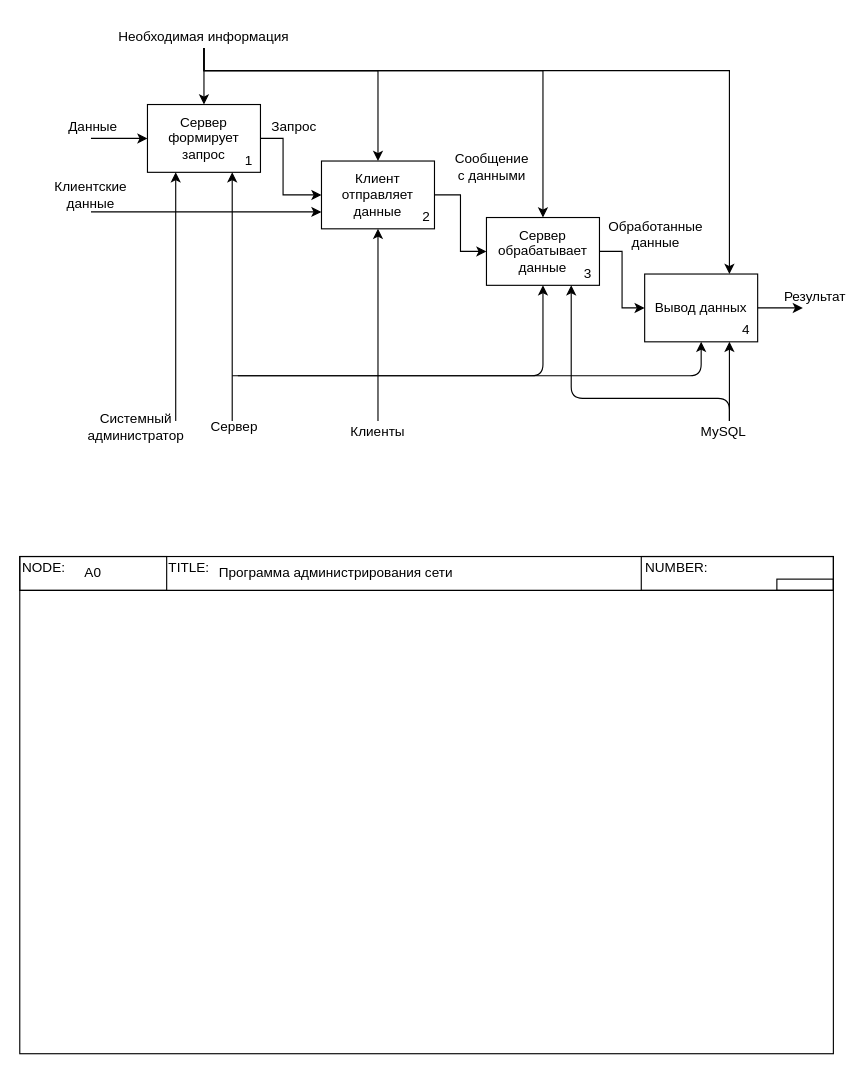
This is Декомпозиция контекстной диаграммы учета.drawio from OhotnikovV/AvIS, a draw.io file, before an edit. Source tidied: cells renumbered, new cells numbered last; positions are measured from the earlier drawing's top-left corner, leaving out a move shared by most shapes. Both pictures are drawn from the tidied source at 113%, with x=0, y=0 at pixel (19, 25).
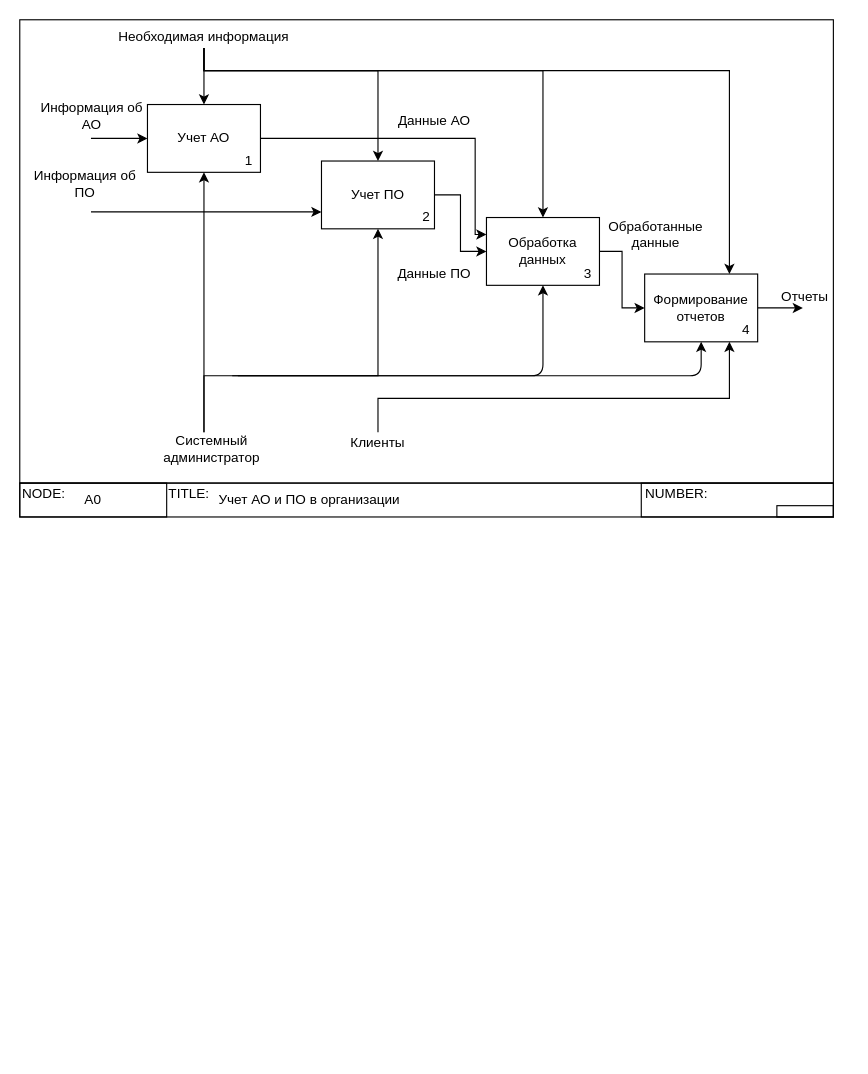
After the change.

The edit, as a diff of the source:
```diff
@@
-    <mxCell id="2" style="edgeStyle=orthogonalEdgeStyle;rounded=0;jettySize=auto;html=1;exitX=1;exitY=0.5;exitDx=0;exitDy=0;entryX=0;entryY=0.5;entryDx=0;entryDy=0;" parent="1" edge="1" source="3" target="11">
+    <mxCell id="2" style="edgeStyle=orthogonalEdgeStyle;rounded=0;jettySize=auto;html=1;exitX=1;exitY=0.5;exitDx=0;exitDy=0;entryX=0;entryY=0.25;entryDx=0;entryDy=0;" parent="1" edge="1" source="3" target="6">
       <mxGeometry relative="1" as="geometry">
         <Array as="points">
-          <mxPoint x="233" y="100" />
-          <mxPoint x="233" y="150" />
+          <mxPoint x="403" y="100" />
+          <mxPoint x="403" y="185" />
         </Array>
       </mxGeometry>
     </mxCell>
-    <mxCell id="3" value="Сервер формирует запрос" style="rounded=0;whiteSpace=wrap;html=1;" parent="1" vertex="1">
+    <mxCell id="3" value="Учет АО" style="rounded=0;whiteSpace=wrap;html=1;" parent="1" vertex="1">
       <mxGeometry x="113" y="70" width="100" height="60" as="geometry" />
     </mxCell>
@@
-    <mxCell id="6" value="Сервер обрабатывает данные" style="rounded=0;whiteSpace=wrap;html=1;" parent="1" vertex="1">
+    <mxCell id="6" value="Обработка данных" style="rounded=0;whiteSpace=wrap;html=1;" parent="1" vertex="1">
       <mxGeometry x="413" y="170" width="100" height="60" as="geometry" />
     </mxCell>
@@
-    <mxCell id="9" value="Вывод данных" style="rounded=0;whiteSpace=wrap;html=1;" parent="1" vertex="1">
+    <mxCell id="9" value="Формирование отчетов" style="rounded=0;whiteSpace=wrap;html=1;" parent="1" vertex="1">
       <mxGeometry x="553" y="220" width="100" height="60" as="geometry" />
     </mxCell>
@@
-    <mxCell id="11" value="Клиент отправляет данные" style="rounded=0;whiteSpace=wrap;html=1;" parent="1" vertex="1">
+    <mxCell id="11" value="Учет ПО" style="rounded=0;whiteSpace=wrap;html=1;" parent="1" vertex="1">
       <mxGeometry x="267" y="120" width="100" height="60" as="geometry" />
     </mxCell>
@@
-    <mxCell id="19" value="Данные" style="text;html=1;strokeColor=none;fillColor=none;align=center;verticalAlign=middle;whiteSpace=wrap;rounded=0;" parent="1" vertex="1">
-      <mxGeometry x="45" y="80" width="40" height="20" as="geometry" />
+    <mxCell id="19" value="Информация об АО" style="text;html=1;strokeColor=none;fillColor=none;align=center;verticalAlign=middle;whiteSpace=wrap;rounded=0;" parent="1" vertex="1">
+      <mxGeometry x="15" y="70" width="98" height="20" as="geometry" />
     </mxCell>
@@
-    <mxCell id="21" value="Результат" style="text;html=1;strokeColor=none;fillColor=none;align=center;verticalAlign=middle;whiteSpace=wrap;rounded=0;" parent="1" vertex="1">
-      <mxGeometry x="675" y="230" width="58" height="20" as="geometry" />
+    <mxCell id="21" value="Отчеты" style="text;html=1;strokeColor=none;fillColor=none;align=center;verticalAlign=middle;whiteSpace=wrap;rounded=0;" parent="1" vertex="1">
+      <mxGeometry x="666" y="230" width="58" height="20" as="geometry" />
     </mxCell>
     <mxCell id="22" value="Системный администратор" style="text;html=1;strokeColor=none;fillColor=none;align=center;verticalAlign=middle;whiteSpace=wrap;rounded=0;" parent="1" vertex="1">
-      <mxGeometry x="63" y="340" width="80" height="30" as="geometry" />
+      <mxGeometry x="130" y="360" width="80" height="30" as="geometry" />
     </mxCell>
-    <mxCell id="23" value="Сервер" style="text;html=1;strokeColor=none;fillColor=none;align=center;verticalAlign=middle;whiteSpace=wrap;rounded=0;" parent="1" vertex="1">
-      <mxGeometry x="170" y="345" width="40" height="20" as="geometry" />
-    </mxCell>
@@
     <mxCell id="25" style="rounded=0;whiteSpace=wrap;html=1;fillColor=none;" parent="1" vertex="1">
-      <mxGeometry y="500" width="720" height="410" as="geometry" />
+      <mxGeometry y="-5" width="720" height="410" as="geometry" />
     </mxCell>
     <mxCell id="26" style="rounded=0;whiteSpace=wrap;html=1;fillColor=none;" parent="1" vertex="1">
-      <mxGeometry y="470" width="720" height="30" as="geometry" />
+      <mxGeometry y="405" width="720" height="30" as="geometry" />
     </mxCell>
     <mxCell id="27" style="rounded=0;whiteSpace=wrap;html=1;fillColor=none;" parent="1" vertex="1">
-      <mxGeometry x="550" y="470" width="170" height="30" as="geometry" />
+      <mxGeometry x="550" y="405" width="170" height="30" as="geometry" />
     </mxCell>
     <mxCell id="28" style="rounded=0;whiteSpace=wrap;html=1;fillColor=none;" parent="1" vertex="1">
-      <mxGeometry y="470" width="130" height="30" as="geometry" />
+      <mxGeometry y="405" width="130" height="30" as="geometry" />
     </mxCell>
     <mxCell id="29" value="NODE:" style="text;html=1;strokeColor=none;fillColor=none;align=center;verticalAlign=middle;whiteSpace=wrap;rounded=0;" parent="1" vertex="1">
-      <mxGeometry y="470" width="43" height="20" as="geometry" />
+      <mxGeometry y="405" width="43" height="20" as="geometry" />
     </mxCell>
     <mxCell id="30" value="A0" style="text;html=1;strokeColor=none;fillColor=none;align=center;verticalAlign=middle;whiteSpace=wrap;rounded=0;" parent="1" vertex="1">
-      <mxGeometry x="45" y="475" width="40" height="20" as="geometry" />
+      <mxGeometry x="45" y="410" width="40" height="20" as="geometry" />
     </mxCell>
     <mxCell id="31" value="TITLE:" style="text;html=1;strokeColor=none;fillColor=none;align=center;verticalAlign=middle;whiteSpace=wrap;rounded=0;" parent="1" vertex="1">
-      <mxGeometry x="130" y="470" width="40" height="20" as="geometry" />
+      <mxGeometry x="130" y="405" width="40" height="20" as="geometry" />
     </mxCell>
     <mxCell id="32" value="NUMBER:" style="text;html=1;strokeColor=none;fillColor=none;align=center;verticalAlign=middle;whiteSpace=wrap;rounded=0;" parent="1" vertex="1">
-      <mxGeometry x="550" y="470" width="63" height="20" as="geometry" />
+      <mxGeometry x="550" y="405" width="63" height="20" as="geometry" />
     </mxCell>
     <mxCell id="33" style="rounded=0;whiteSpace=wrap;html=1;fillColor=none;" parent="1" vertex="1">
-      <mxGeometry x="670" y="490" width="50" height="10" as="geometry" />
+      <mxGeometry x="670" y="425" width="50" height="10" as="geometry" />
     </mxCell>
-    <mxCell id="34" style="edgeStyle=orthogonalEdgeStyle;rounded=0;jettySize=auto;html=1;entryX=0.5;entryY=1;entryDx=0;entryDy=0;exitX=0.5;exitY=0;exitDx=0;exitDy=0;" parent="1" edge="1" source="35" target="11">
-      <mxGeometry relative="1" as="geometry" />
+    <mxCell id="34" style="edgeStyle=orthogonalEdgeStyle;rounded=0;jettySize=auto;html=1;entryX=0.5;entryY=1;entryDx=0;entryDy=0;" parent="1" edge="1" target="11">
+      <mxGeometry relative="1" as="geometry">
+        <mxPoint x="163" y="360" as="sourcePoint" />
+        <Array as="points">
+          <mxPoint x="163" y="310" />
+          <mxPoint x="317" y="310" />
+        </Array>
+      </mxGeometry>
     </mxCell>
+    <mxCell id="48" style="edgeStyle=orthogonalEdgeStyle;rounded=0;jettySize=auto;html=1;exitX=0.5;exitY=0;exitDx=0;exitDy=0;entryX=0.75;entryY=1;entryDx=0;entryDy=0;" parent="1" edge="1" source="35" target="9">
+      <mxGeometry relative="1" as="geometry">
+        <Array as="points">
+          <mxPoint x="317" y="360" />
+          <mxPoint x="317" y="330" />
+          <mxPoint x="628" y="330" />
+        </Array>
+      </mxGeometry>
+    </mxCell>
     <mxCell id="35" value="Клиенты" style="text;html=1;strokeColor=none;fillColor=none;align=center;verticalAlign=middle;whiteSpace=wrap;rounded=0;" parent="1" vertex="1">
-      <mxGeometry x="292" y="350" width="50" height="20" as="geometry" />
+      <mxGeometry x="292" y="360" width="50" height="20" as="geometry" />
     </mxCell>
-    <mxCell id="36" value="Запрос" style="text;html=1;strokeColor=none;fillColor=none;align=center;verticalAlign=middle;whiteSpace=wrap;rounded=0;" parent="1" vertex="1">
-      <mxGeometry x="223" y="80" width="40" height="20" as="geometry" />
-    </mxCell>
-    <mxCell id="37" value="Программа администрирования сети" style="text;html=1;strokeColor=none;fillColor=none;align=center;verticalAlign=middle;whiteSpace=wrap;rounded=0;shadow=0;" parent="1" vertex="1">
-      <mxGeometry x="170" y="475" width="220" height="20" as="geometry" />
+    <mxCell id="37" value="&lt;span style=&quot;background-color: rgb(255 , 255 , 255)&quot;&gt;Учет АО и ПО в организации&lt;/span&gt;" style="text;html=1;strokeColor=none;fillColor=none;align=center;verticalAlign=middle;whiteSpace=wrap;rounded=0;shadow=0;" parent="1" vertex="1">
+      <mxGeometry x="170" y="410" width="173" height="20" as="geometry" />
     </mxCell>
-    <mxCell id="38" style="endArrow=classic;html=1;entryX=0.75;entryY=1;entryDx=0;entryDy=0;" parent="1" edge="1" target="3">
-      <mxGeometry relative="1" as="geometry">
-        <mxPoint x="188" y="350" as="sourcePoint" />
-      </mxGeometry>
-    </mxCell>
@@
-    <mxCell id="41" style="endArrow=classic;html=1;entryX=0.25;entryY=1;entryDx=0;entryDy=0;" parent="1" edge="1" target="3">
+    <mxCell id="41" style="endArrow=classic;html=1;entryX=0.5;entryY=1;entryDx=0;entryDy=0;" parent="1" edge="1" target="3">
       <mxGeometry relative="1" as="geometry">
-        <mxPoint x="138" y="350" as="sourcePoint" />
+        <mxPoint x="163" y="360" as="sourcePoint" />
       </mxGeometry>
     </mxCell>
@@
-    <mxCell id="43" value="Клиентские данные" style="text;html=1;strokeColor=none;fillColor=none;align=center;verticalAlign=middle;whiteSpace=wrap;rounded=0;" parent="1" vertex="1">
-      <mxGeometry x="43" y="140" width="40" height="20" as="geometry" />
+    <mxCell id="43" value="Информация об ПО" style="text;html=1;strokeColor=none;fillColor=none;align=center;verticalAlign=middle;whiteSpace=wrap;rounded=0;" parent="1" vertex="1">
+      <mxGeometry x="3" y="130" width="110" height="20" as="geometry" />
     </mxCell>
-    <mxCell id="44" value="Сообщение с данными" style="text;html=1;strokeColor=none;fillColor=none;align=center;verticalAlign=middle;whiteSpace=wrap;rounded=0;" parent="1" vertex="1">
-      <mxGeometry x="383" y="110" width="70" height="30" as="geometry" />
+    <mxCell id="44" value="Данные АО" style="text;html=1;strokeColor=none;fillColor=none;align=center;verticalAlign=middle;whiteSpace=wrap;rounded=0;" parent="1" vertex="1">
+      <mxGeometry x="332" y="70" width="70" height="30" as="geometry" />
     </mxCell>
-    <mxCell id="45" style="endArrow=classic;html=1;entryX=0.75;entryY=1;entryDx=0;entryDy=0;" parent="1" edge="1" target="9">
-      <mxGeometry relative="1" as="geometry">
-        <mxPoint x="628" y="350" as="sourcePoint" />
-      </mxGeometry>
-    </mxCell>
-    <mxCell id="46" value="MySQL" style="text;html=1;strokeColor=none;fillColor=none;align=center;verticalAlign=middle;whiteSpace=wrap;rounded=0;" parent="1" vertex="1">
-      <mxGeometry x="603" y="350" width="40" height="20" as="geometry" />
-    </mxCell>
-    <mxCell id="47" style="endArrow=classic;html=1;entryX=0.75;entryY=1;entryDx=0;entryDy=0;" parent="1" edge="1" target="6">
-      <mxGeometry relative="1" as="geometry">
-        <mxPoint x="628" y="350" as="sourcePoint" />
-        <Array as="points">
-          <mxPoint x="628" y="330" />
-          <mxPoint x="488" y="330" />
-        </Array>
-      </mxGeometry>
-    </mxCell>
+    <mxCell id="49" value="Данные ПО" style="text;html=1;strokeColor=none;fillColor=none;align=center;verticalAlign=middle;whiteSpace=wrap;rounded=0;" parent="1" vertex="1">
+      <mxGeometry x="332" y="205" width="70" height="30" as="geometry" />
+    </mxCell>
```
